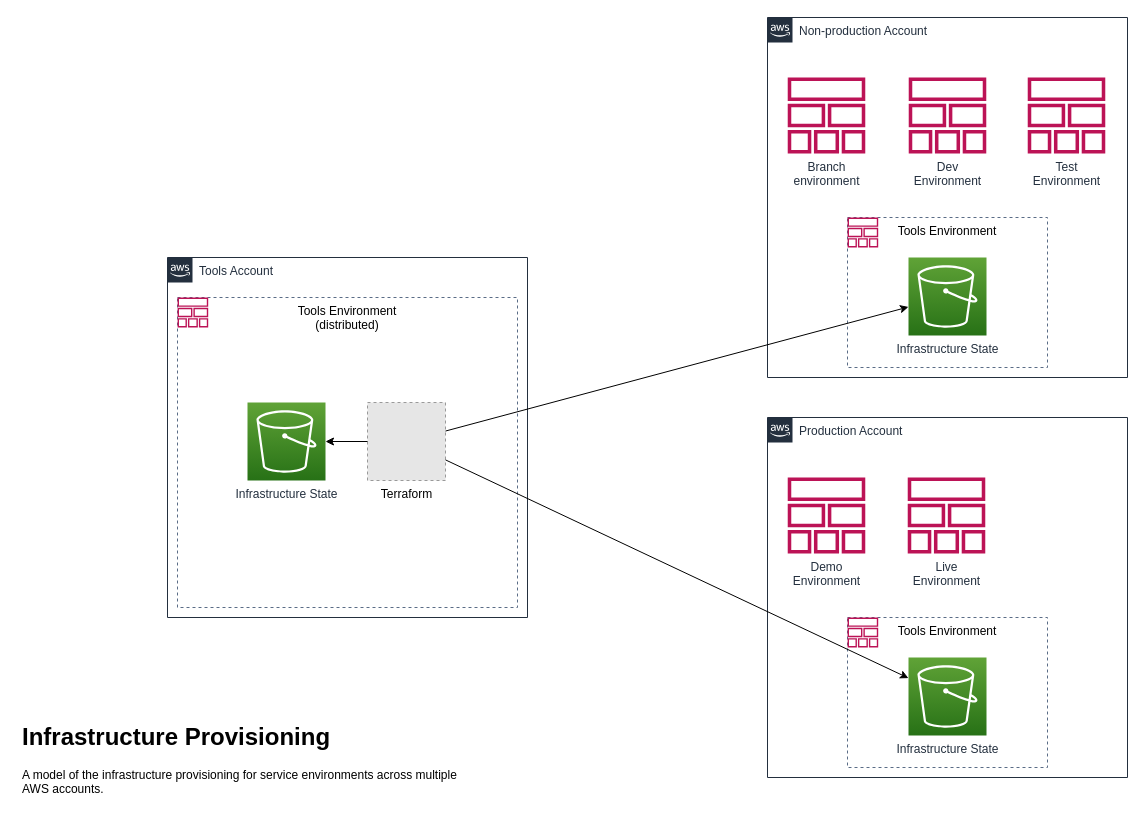
nhs-england-tools/make-devops keeps this draw.io diagram as page "Infrastructure Provisioning" (2 of 3) of documentation/diagrams/Texas v2 (revamp).drawio. Above is the earlier version. Source tidied: cells renumbered, new cells numbered last; positions are measured from the earlier drawing's top-left corner, leaving out a move shared by most shapes. Both pictures are drawn from the tidied source at 100%, with x=0, y=0 at pixel (17, 17). Pictures stored in the file or linked from it are replaced by grey dashed boxes.
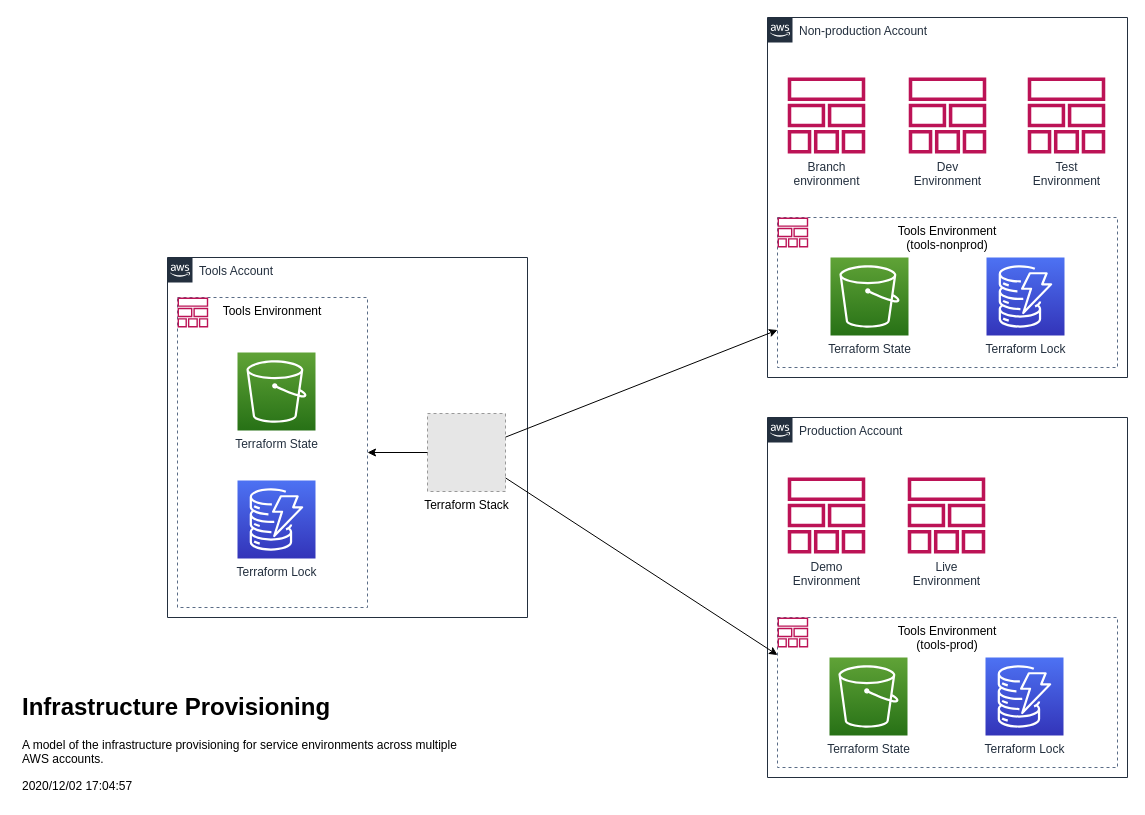
The same diagram, later.

Change to the diagram source:
```diff
@@
-    <mxCell id="3" value="Tools Environment" style="fillColor=none;strokeColor=#5A6C86;dashed=1;verticalAlign=top;fontStyle=0;align=center;" parent="1" vertex="1">
-      <mxGeometry x="830" y="200" width="200" height="150" as="geometry" />
+    <mxCell id="3" value="Tools Environment&#10;(tools-nonprod)" style="fillColor=none;strokeColor=#5A6C86;dashed=1;verticalAlign=top;fontStyle=0;align=center;" parent="1" vertex="1">
+      <mxGeometry x="760" y="200" width="340" height="150" as="geometry" />
     </mxCell>
@@
-    <mxCell id="5" value="Tools Environment&#10;(distributed)" style="fillColor=none;strokeColor=#5A6C86;dashed=1;verticalAlign=top;fontStyle=0;align=center;" parent="1" vertex="1">
-      <mxGeometry x="160" y="280" width="340" height="310" as="geometry" />
+    <mxCell id="5" value="Tools Environment" style="fillColor=none;strokeColor=#5A6C86;dashed=1;verticalAlign=top;fontStyle=0;align=center;" parent="1" vertex="1">
+      <mxGeometry x="160" y="280" width="190" height="310" as="geometry" />
     </mxCell>
@@
-    <mxCell id="8" value="Infrastructure State" style="outlineConnect=0;fontColor=#232F3E;gradientColor=#60A337;gradientDirection=north;fillColor=#277116;strokeColor=#ffffff;dashed=0;verticalLabelPosition=bottom;verticalAlign=top;align=center;html=1;fontSize=12;fontStyle=0;shape=mxgraph.aws4.resourceIcon;resIcon=mxgraph.aws4.s3;" parent="1" vertex="1">
-      <mxGeometry x="891" y="240" width="78" height="78" as="geometry" />
+    <mxCell id="8" value="Terraform State" style="outlineConnect=0;fontColor=#232F3E;gradientColor=#60A337;gradientDirection=north;fillColor=#277116;strokeColor=#ffffff;dashed=0;verticalLabelPosition=bottom;verticalAlign=top;align=center;html=1;fontSize=12;fontStyle=0;shape=mxgraph.aws4.resourceIcon;resIcon=mxgraph.aws4.s3;" parent="1" vertex="1">
+      <mxGeometry x="813" y="240" width="78" height="78" as="geometry" />
     </mxCell>
-    <mxCell id="9" value="Infrastructure&amp;nbsp;State" style="outlineConnect=0;fontColor=#232F3E;gradientColor=#60A337;gradientDirection=north;fillColor=#277116;strokeColor=#ffffff;dashed=0;verticalLabelPosition=bottom;verticalAlign=top;align=center;html=1;fontSize=12;fontStyle=0;shape=mxgraph.aws4.resourceIcon;resIcon=mxgraph.aws4.s3;" parent="1" vertex="1">
-      <mxGeometry x="230" y="385" width="78" height="78" as="geometry" />
+    <mxCell id="9" value="Terraform State" style="outlineConnect=0;fontColor=#232F3E;gradientColor=#60A337;gradientDirection=north;fillColor=#277116;strokeColor=#ffffff;dashed=0;verticalLabelPosition=bottom;verticalAlign=top;align=center;html=1;fontSize=12;fontStyle=0;shape=mxgraph.aws4.resourceIcon;resIcon=mxgraph.aws4.s3;" parent="1" vertex="1">
+      <mxGeometry x="220" y="335" width="78" height="78" as="geometry" />
     </mxCell>
@@
-    <mxCell id="16" value="Terraform" style="fillColor=#E6E6E6;strokeColor=#999999;dashed=1;verticalLabelPosition=bottom;verticalAlign=top;fontColor=#000000;align=center;html=1;" parent="1" vertex="1">
-      <mxGeometry x="350" y="385" width="78" height="78" as="geometry" />
+    <mxCell id="16" value="Terraform Stack" style="fillColor=#E6E6E6;strokeColor=#999999;dashed=1;verticalLabelPosition=bottom;verticalAlign=top;fontColor=#000000;align=center;html=1;" parent="1" vertex="1">
+      <mxGeometry x="410" y="396" width="78" height="78" as="geometry" />
     </mxCell>
     <mxCell id="17" style="fontColor=#232F3E;gradientColor=none;fillColor=#BC1356;strokeColor=none;dashed=0;verticalLabelPosition=bottom;verticalAlign=top;align=center;html=1;fontSize=12;fontStyle=0;shape=mxgraph.aws4.stack;" parent="1" vertex="1">
-      <mxGeometry x="830" y="200" width="30.8" height="30" as="geometry" />
+      <mxGeometry x="760" y="200" width="30.8" height="30" as="geometry" />
     </mxCell>
-    <mxCell id="18" value="Tools Environment" style="fillColor=none;strokeColor=#5A6C86;dashed=1;verticalAlign=top;fontStyle=0;align=center;" parent="1" vertex="1">
-      <mxGeometry x="830" y="600" width="200" height="150" as="geometry" />
+    <mxCell id="18" value="Tools Environment&#10;(tools-prod)" style="fillColor=none;strokeColor=#5A6C86;dashed=1;verticalAlign=top;fontStyle=0;align=center;" parent="1" vertex="1">
+      <mxGeometry x="760" y="600" width="340" height="150" as="geometry" />
     </mxCell>
-    <mxCell id="19" value="Infrastructure&amp;nbsp;State" style="outlineConnect=0;fontColor=#232F3E;gradientColor=#60A337;gradientDirection=north;fillColor=#277116;strokeColor=#ffffff;dashed=0;verticalLabelPosition=bottom;verticalAlign=top;align=center;html=1;fontSize=12;fontStyle=0;shape=mxgraph.aws4.resourceIcon;resIcon=mxgraph.aws4.s3;" parent="1" vertex="1">
-      <mxGeometry x="891" y="640" width="78" height="78" as="geometry" />
+    <mxCell id="19" value="Terraform State" style="outlineConnect=0;fontColor=#232F3E;gradientColor=#60A337;gradientDirection=north;fillColor=#277116;strokeColor=#ffffff;dashed=0;verticalLabelPosition=bottom;verticalAlign=top;align=center;html=1;fontSize=12;fontStyle=0;shape=mxgraph.aws4.resourceIcon;resIcon=mxgraph.aws4.s3;" parent="1" vertex="1">
+      <mxGeometry x="812" y="640" width="78" height="78" as="geometry" />
     </mxCell>
     <mxCell id="20" style="fontColor=#232F3E;gradientColor=none;fillColor=#BC1356;strokeColor=none;dashed=0;verticalLabelPosition=bottom;verticalAlign=top;align=center;html=1;fontSize=12;fontStyle=0;shape=mxgraph.aws4.stack;" parent="1" vertex="1">
-      <mxGeometry x="830" y="600" width="30.8" height="30" as="geometry" />
+      <mxGeometry x="760" y="600" width="30.8" height="30" as="geometry" />
     </mxCell>
-    <mxCell id="21" style="endArrow=classic;html=1;fontColor=#000000;" parent="1" edge="1" source="16" target="8">
+    <mxCell id="21" style="endArrow=classic;html=1;fontColor=#000000;entryX=0;entryY=0.75;entryDx=0;entryDy=0;" parent="1" edge="1" source="16" target="3">
       <mxGeometry relative="1" as="geometry" />
     </mxCell>
-    <mxCell id="22" style="endArrow=classic;html=1;fontColor=#000000;" parent="1" edge="1" source="16" target="19">
+    <mxCell id="22" style="endArrow=classic;html=1;fontColor=#000000;entryX=0;entryY=0.25;entryDx=0;entryDy=0;" parent="1" edge="1" source="16" target="18">
       <mxGeometry relative="1" as="geometry" />
     </mxCell>
-    <mxCell id="23" style="endArrow=classic;html=1;fontColor=#000000;" parent="1" edge="1" source="16" target="9">
-      <mxGeometry relative="1" as="geometry" />
-    </mxCell>
-    <mxCell id="24" value="&lt;h1&gt;Infrastructure Provisioning&lt;br&gt;&lt;/h1&gt;&lt;p&gt;A model of the infrastructure provisioning for service environments across multiple AWS accounts.&lt;/p&gt;" style="text;html=1;strokeColor=none;fillColor=none;spacing=5;spacingTop=-20;whiteSpace=wrap;overflow=hidden;rounded=0;fontColor=#000000;align=left;" parent="1" vertex="1">
-      <mxGeometry y="700" width="460" height="80" as="geometry" />
+    <mxCell id="24" value="&lt;h1&gt;Infrastructure Provisioning&lt;br&gt;&lt;/h1&gt;&lt;p&gt;A model of the infrastructure provisioning for service environments across multiple AWS accounts.&lt;/p&gt;&lt;p&gt;2020/12/02 17:04:57&lt;br&gt;&lt;/p&gt;" style="text;html=1;strokeColor=none;fillColor=none;spacing=5;spacingTop=-20;whiteSpace=wrap;overflow=hidden;rounded=0;fontColor=#000000;align=left;" parent="1" vertex="1">
+      <mxGeometry y="670" width="470" height="110" as="geometry" />
     </mxCell>
+    <mxCell id="25" value="Terraform Lock" style="fontColor=#232F3E;gradientColor=#4D72F3;gradientDirection=north;fillColor=#3334B9;strokeColor=#ffffff;dashed=0;verticalLabelPosition=bottom;verticalAlign=top;align=center;html=1;fontSize=12;fontStyle=0;shape=mxgraph.aws4.resourceIcon;resIcon=mxgraph.aws4.dynamodb;shadow=0;labelBackgroundColor=none;sketch=0;" parent="1" vertex="1">
+      <mxGeometry x="969" y="240" width="78" height="78" as="geometry" />
+    </mxCell>
+    <mxCell id="26" value="Terraform Lock" style="fontColor=#232F3E;gradientColor=#4D72F3;gradientDirection=north;fillColor=#3334B9;strokeColor=#ffffff;dashed=0;verticalLabelPosition=bottom;verticalAlign=top;align=center;html=1;fontSize=12;fontStyle=0;shape=mxgraph.aws4.resourceIcon;resIcon=mxgraph.aws4.dynamodb;shadow=0;labelBackgroundColor=none;sketch=0;" parent="1" vertex="1">
+      <mxGeometry x="968" y="640" width="78" height="78" as="geometry" />
+    </mxCell>
+    <mxCell id="27" value="Terraform Lock" style="fontColor=#232F3E;gradientColor=#4D72F3;gradientDirection=north;fillColor=#3334B9;strokeColor=#ffffff;dashed=0;verticalLabelPosition=bottom;verticalAlign=top;align=center;html=1;fontSize=12;fontStyle=0;shape=mxgraph.aws4.resourceIcon;resIcon=mxgraph.aws4.dynamodb;shadow=0;labelBackgroundColor=none;sketch=0;" parent="1" vertex="1">
+      <mxGeometry x="220" y="463" width="78" height="78" as="geometry" />
+    </mxCell>
+    <mxCell id="28" style="endArrow=classic;html=1;fontColor=#000000;entryX=1;entryY=0.5;entryDx=0;entryDy=0;" parent="1" edge="1" source="16" target="5">
+      <mxGeometry relative="1" as="geometry" />
+    </mxCell>
```
